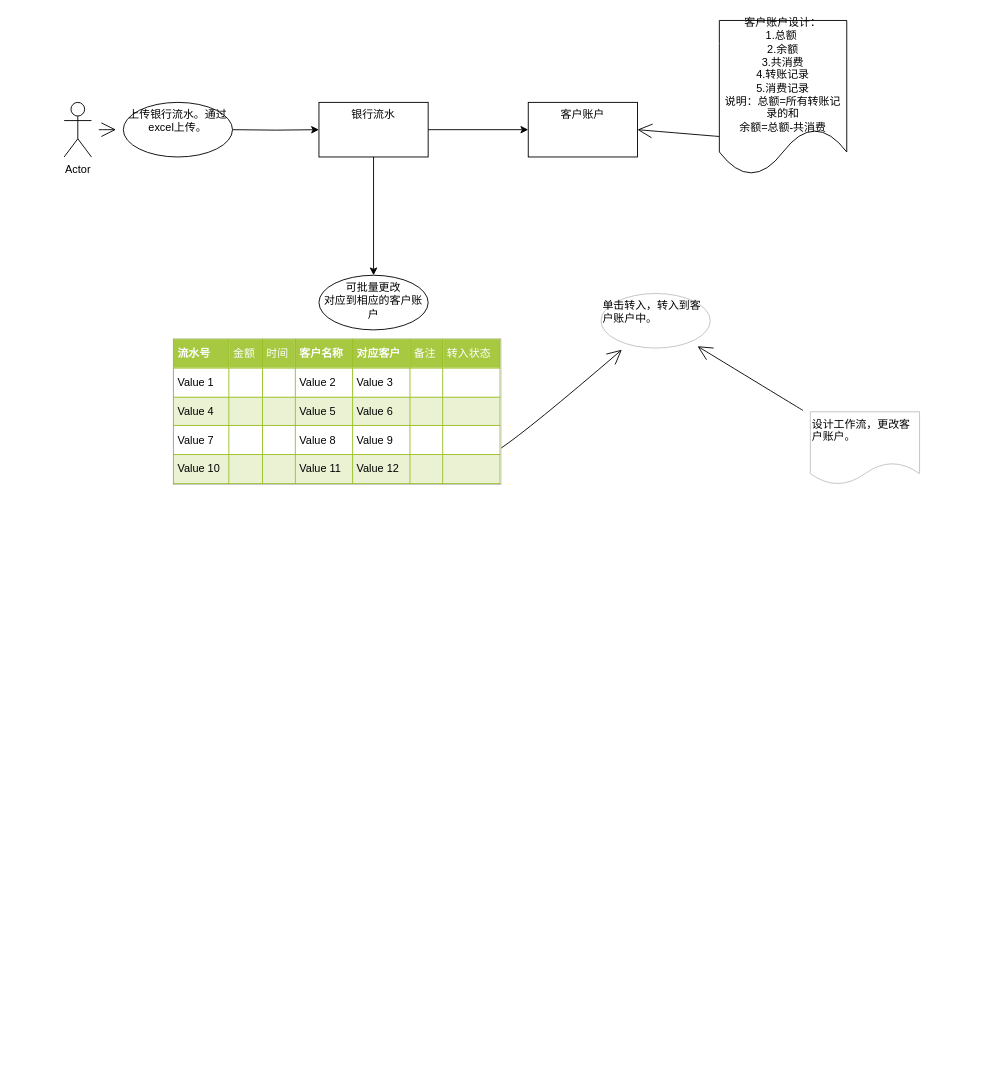
The draw.io diagram Untitled Diagram.drawio in jnucpz11/ceshi1, before the edit. Source tidied: cells renumbered, new cells numbered last; positions are measured from the earlier drawing's top-left corner, leaving out a move shared by most shapes. Both pictures are drawn from the tidied source at 91%, with x=0, y=0 at pixel (64, 20).
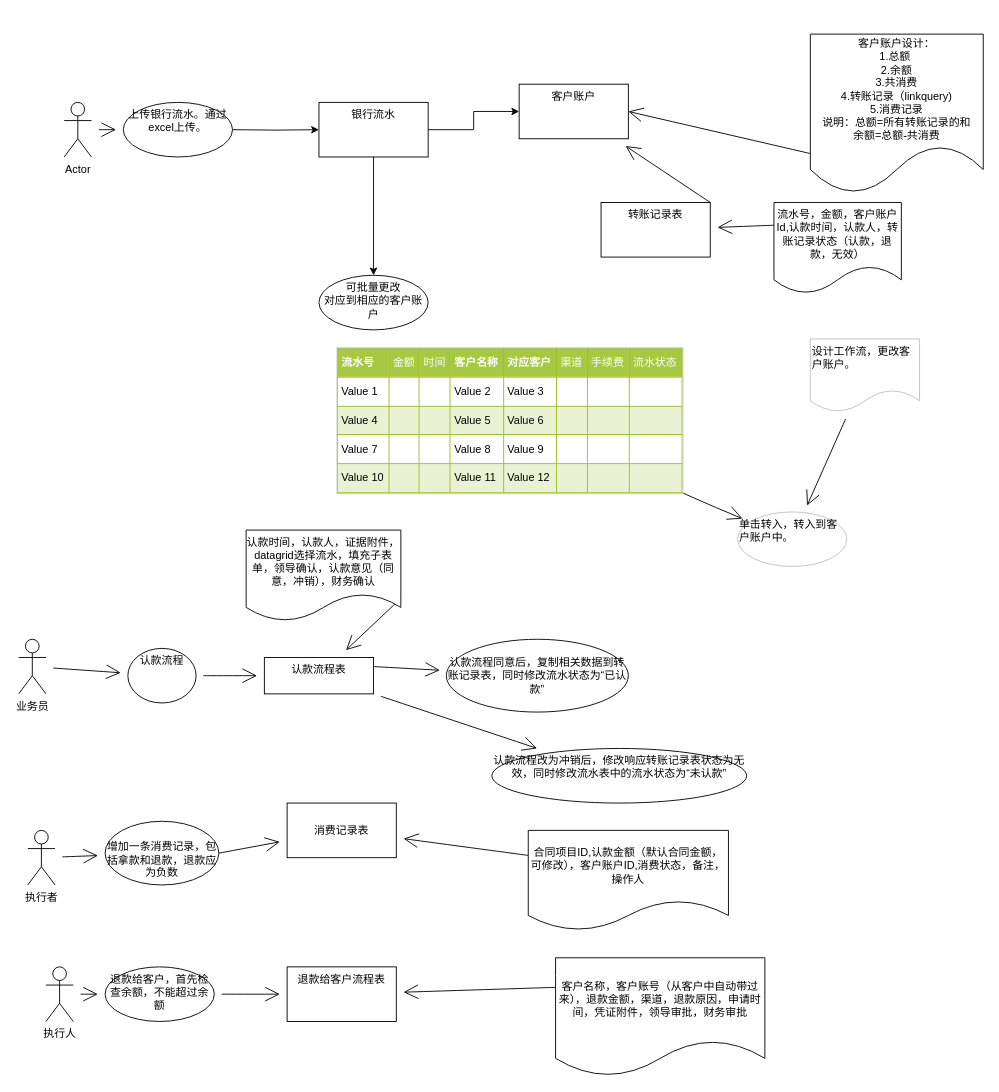
The same diagram, later.

Change to the diagram source:
```diff
@@
     <mxCell id="8" value="客户账户" style="whiteSpace=wrap;html=1;verticalAlign=top;" parent="1" vertex="1">
-      <mxGeometry x="510" y="90" width="120" height="60" as="geometry" />
+      <mxGeometry x="500" y="70" width="120" height="60" as="geometry" />
     </mxCell>
@@
-    <mxCell id="11" value="&lt;table border=&quot;1&quot; width=&quot;100%&quot; cellpadding=&quot;4&quot; style=&quot;width: 100% ; height: 100% ; border-collapse: collapse&quot;&gt;&lt;tbody&gt;&lt;tr style=&quot;background-color: #a7c942 ; color: #ffffff ; border: 1px solid #98bf21&quot;&gt;&lt;th align=&quot;left&quot;&gt;流水号&lt;/th&gt;&lt;td&gt;金额&lt;/td&gt;&lt;td&gt;时间&lt;/td&gt;&lt;th align=&quot;left&quot;&gt;客户名称&lt;/th&gt;&lt;th align=&quot;left&quot;&gt;对应客户&lt;/th&gt;&lt;td&gt;备注&lt;/td&gt;&lt;td&gt;转入状态&lt;/td&gt;&lt;/tr&gt;&lt;tr style=&quot;border: 1px solid #98bf21&quot;&gt;&lt;td&gt;Value 1&lt;/td&gt;&lt;td&gt;&lt;br&gt;&lt;/td&gt;&lt;td&gt;&lt;br&gt;&lt;/td&gt;&lt;td&gt;Value 2&lt;/td&gt;&lt;td&gt;Value 3&lt;/td&gt;&lt;td&gt;&lt;br&gt;&lt;/td&gt;&lt;td&gt;&lt;br&gt;&lt;/td&gt;&lt;/tr&gt;&lt;tr style=&quot;background-color: #eaf2d3 ; border: 1px solid #98bf21&quot;&gt;&lt;td&gt;Value 4&lt;/td&gt;&lt;td&gt;&lt;br&gt;&lt;/td&gt;&lt;td&gt;&lt;br&gt;&lt;/td&gt;&lt;td&gt;Value 5&lt;/td&gt;&lt;td&gt;Value 6&lt;/td&gt;&lt;td&gt;&lt;br&gt;&lt;/td&gt;&lt;td&gt;&lt;br&gt;&lt;/td&gt;&lt;/tr&gt;&lt;tr style=&quot;border: 1px solid #98bf21&quot;&gt;&lt;td&gt;Value 7&lt;/td&gt;&lt;td&gt;&lt;br&gt;&lt;/td&gt;&lt;td&gt;&lt;br&gt;&lt;/td&gt;&lt;td&gt;Value 8&lt;/td&gt;&lt;td&gt;Value 9&lt;/td&gt;&lt;td&gt;&lt;br&gt;&lt;/td&gt;&lt;td&gt;&lt;br&gt;&lt;/td&gt;&lt;/tr&gt;&lt;tr style=&quot;background-color: #eaf2d3 ; border: 1px solid #98bf21&quot;&gt;&lt;td&gt;Value 10&lt;/td&gt;&lt;td&gt;&lt;br&gt;&lt;/td&gt;&lt;td&gt;&lt;br&gt;&lt;/td&gt;&lt;td&gt;Value 11&lt;/td&gt;&lt;td&gt;Value 12&lt;/td&gt;&lt;td&gt;&lt;br&gt;&lt;/td&gt;&lt;td&gt;&lt;br&gt;&lt;/td&gt;&lt;/tr&gt;&lt;/tbody&gt;&lt;/table&gt;" style="text;html=1;strokeColor=#c0c0c0;fillColor=#ffffff;overflow=fill;rounded=0;hachureGap=4;" parent="1" vertex="1">
-      <mxGeometry x="120" y="350" width="360" height="160" as="geometry" />
+    <mxCell id="11" value="&lt;table border=&quot;1&quot; width=&quot;100%&quot; cellpadding=&quot;4&quot; style=&quot;width: 100% ; height: 100% ; border-collapse: collapse&quot;&gt;&lt;tbody&gt;&lt;tr style=&quot;background-color: #a7c942 ; color: #ffffff ; border: 1px solid #98bf21&quot;&gt;&lt;th align=&quot;left&quot;&gt;流水号&lt;/th&gt;&lt;td&gt;金额&lt;/td&gt;&lt;td&gt;时间&lt;/td&gt;&lt;th align=&quot;left&quot;&gt;客户名称&lt;/th&gt;&lt;th align=&quot;left&quot;&gt;对应客户&lt;/th&gt;&lt;td&gt;渠道&lt;/td&gt;&lt;td&gt;手续费&lt;/td&gt;&lt;td&gt;流水状态&lt;/td&gt;&lt;/tr&gt;&lt;tr style=&quot;border: 1px solid #98bf21&quot;&gt;&lt;td&gt;Value 1&lt;/td&gt;&lt;td&gt;&lt;br&gt;&lt;/td&gt;&lt;td&gt;&lt;br&gt;&lt;/td&gt;&lt;td&gt;Value 2&lt;/td&gt;&lt;td&gt;Value 3&lt;/td&gt;&lt;td&gt;&lt;br&gt;&lt;/td&gt;&lt;td&gt;&lt;br&gt;&lt;/td&gt;&lt;td&gt;&lt;br&gt;&lt;/td&gt;&lt;/tr&gt;&lt;tr style=&quot;background-color: #eaf2d3 ; border: 1px solid #98bf21&quot;&gt;&lt;td&gt;Value 4&lt;/td&gt;&lt;td&gt;&lt;br&gt;&lt;/td&gt;&lt;td&gt;&lt;br&gt;&lt;/td&gt;&lt;td&gt;Value 5&lt;/td&gt;&lt;td&gt;Value 6&lt;/td&gt;&lt;td&gt;&lt;br&gt;&lt;/td&gt;&lt;td&gt;&lt;br&gt;&lt;/td&gt;&lt;td&gt;&lt;br&gt;&lt;/td&gt;&lt;/tr&gt;&lt;tr style=&quot;border: 1px solid #98bf21&quot;&gt;&lt;td&gt;Value 7&lt;/td&gt;&lt;td&gt;&lt;br&gt;&lt;/td&gt;&lt;td&gt;&lt;br&gt;&lt;/td&gt;&lt;td&gt;Value 8&lt;/td&gt;&lt;td&gt;Value 9&lt;/td&gt;&lt;td&gt;&lt;br&gt;&lt;/td&gt;&lt;td&gt;&lt;br&gt;&lt;/td&gt;&lt;td&gt;&lt;br&gt;&lt;/td&gt;&lt;/tr&gt;&lt;tr style=&quot;background-color: #eaf2d3 ; border: 1px solid #98bf21&quot;&gt;&lt;td&gt;Value 10&lt;/td&gt;&lt;td&gt;&lt;br&gt;&lt;/td&gt;&lt;td&gt;&lt;br&gt;&lt;/td&gt;&lt;td&gt;Value 11&lt;/td&gt;&lt;td&gt;Value 12&lt;/td&gt;&lt;td&gt;&lt;br&gt;&lt;/td&gt;&lt;td&gt;&lt;br&gt;&lt;/td&gt;&lt;td&gt;&lt;br&gt;&lt;/td&gt;&lt;/tr&gt;&lt;/tbody&gt;&lt;/table&gt;" style="text;html=1;strokeColor=#c0c0c0;fillColor=#ffffff;overflow=fill;rounded=0;hachureGap=4;" parent="1" vertex="1">
+      <mxGeometry x="300" y="360" width="380" height="160" as="geometry" />
     </mxCell>
@@
     <mxCell id="13" value="&lt;span&gt;设计工作流，更改客户账户。&lt;/span&gt;" style="shape=document;whiteSpace=wrap;html=1;boundedLbl=1;rounded=0;align=left;verticalAlign=top;strokeColor=#c0c0c0;hachureGap=4;" parent="1" vertex="1">
-      <mxGeometry x="820" y="430" width="120" height="80" as="geometry" />
+      <mxGeometry x="820" y="350" width="120" height="80" as="geometry" />
     </mxCell>
     <mxCell id="14" value="单击转入，转入到客户账户中。" style="ellipse;whiteSpace=wrap;html=1;rounded=0;align=left;verticalAlign=top;strokeColor=#c0c0c0;hachureGap=4;" parent="1" vertex="1">
-      <mxGeometry x="590" y="300" width="120" height="60" as="geometry" />
+      <mxGeometry x="740" y="540" width="120" height="60" as="geometry" />
     </mxCell>
@@
-    <mxCell id="17" value="客户账户设计：&lt;br&gt;1.总额&amp;nbsp; &lt;br&gt;2.余额&lt;br&gt;3.共消费&lt;br&gt;4.转账记录&lt;br&gt;5.消费记录&lt;br&gt;说明：总额=所有转账记录的和&lt;br&gt;余额=总额-共消费" style="shape=document;whiteSpace=wrap;html=1;boundedLbl=1;hachureGap=4;" parent="1" vertex="1">
-      <mxGeometry x="720" width="140" height="170" as="geometry" />
+    <mxCell id="17" value="客户账户设计：&lt;br&gt;1.总额&amp;nbsp; &lt;br&gt;2.余额&lt;br&gt;3.共消费&lt;br&gt;4.转账记录（linkquery)&lt;br&gt;5.消费记录&lt;br&gt;说明：总额=所有转账记录的和&lt;br&gt;余额=总额-共消费" style="shape=document;whiteSpace=wrap;html=1;boundedLbl=1;hachureGap=4;" parent="1" vertex="1">
+      <mxGeometry x="820" y="15" width="190" height="175" as="geometry" />
     </mxCell>
+    <mxCell id="18" style="edgeStyle=none;curved=1;rounded=0;jettySize=auto;html=1;endArrow=open;startSize=14;endSize=14;sourcePerimeterSpacing=8;targetPerimeterSpacing=8;" parent="1" edge="1" source="19" target="21">
+      <mxGeometry relative="1" as="geometry" />
+    </mxCell>
+    <mxCell id="19" value="业务员" style="shape=umlActor;verticalLabelPosition=bottom;verticalAlign=top;html=1;outlineConnect=0;hachureGap=4;" parent="1" vertex="1">
+      <mxGeometry x="-50" y="680" width="30" height="60" as="geometry" />
+    </mxCell>
+    <mxCell id="20" style="edgeStyle=none;curved=1;rounded=0;jettySize=auto;html=1;endArrow=open;startSize=14;endSize=14;sourcePerimeterSpacing=8;targetPerimeterSpacing=8;" parent="1" edge="1" source="21" target="24">
+      <mxGeometry relative="1" as="geometry" />
+    </mxCell>
+    <mxCell id="21" value="认款流程" style="ellipse;whiteSpace=wrap;html=1;verticalAlign=top;hachureGap=4;" parent="1" vertex="1">
+      <mxGeometry x="70" y="690" width="75" height="60" as="geometry" />
+    </mxCell>
+    <mxCell id="22" style="edgeStyle=none;curved=1;rounded=0;jettySize=auto;html=1;exitX=1;exitY=0.25;exitDx=0;exitDy=0;endArrow=open;startSize=14;endSize=14;sourcePerimeterSpacing=8;targetPerimeterSpacing=8;" parent="1" edge="1" source="24" target="31">
+      <mxGeometry relative="1" as="geometry" />
+    </mxCell>
+    <mxCell id="23" style="edgeStyle=none;curved=1;rounded=0;jettySize=auto;html=1;endArrow=open;startSize=14;endSize=14;sourcePerimeterSpacing=8;targetPerimeterSpacing=8;" parent="1" edge="1" source="24" target="32">
+      <mxGeometry relative="1" as="geometry" />
+    </mxCell>
+    <mxCell id="24" value="认款流程表" style="whiteSpace=wrap;html=1;verticalAlign=top;hachureGap=4;" parent="1" vertex="1">
+      <mxGeometry x="220" y="700" width="120" height="40" as="geometry" />
+    </mxCell>
+    <mxCell id="25" style="edgeStyle=none;curved=1;rounded=0;jettySize=auto;html=1;exitX=1;exitY=0.75;exitDx=0;exitDy=0;endArrow=open;startSize=14;endSize=14;sourcePerimeterSpacing=8;targetPerimeterSpacing=8;" parent="1" edge="1" source="26" target="24">
+      <mxGeometry relative="1" as="geometry" />
+    </mxCell>
+    <mxCell id="26" value="认款时间，认款人，证据附件，datagrid选择流水，填充子表单，领导确认，认款意见（同意，冲销），财务确认" style="shape=document;whiteSpace=wrap;html=1;boundedLbl=1;hachureGap=4;" parent="1" vertex="1">
+      <mxGeometry x="200" y="560" width="170" height="100" as="geometry" />
+    </mxCell>
+    <mxCell id="27" style="edgeStyle=none;curved=1;rounded=0;jettySize=auto;html=1;exitX=1;exitY=0;exitDx=0;exitDy=0;endArrow=open;startSize=14;endSize=14;sourcePerimeterSpacing=8;targetPerimeterSpacing=8;" parent="1" edge="1" source="28" target="8">
+      <mxGeometry relative="1" as="geometry" />
+    </mxCell>
+    <mxCell id="28" value="转账记录表" style="whiteSpace=wrap;html=1;verticalAlign=top;" parent="1" vertex="1">
+      <mxGeometry x="590" y="200" width="120" height="60" as="geometry" />
+    </mxCell>
+    <mxCell id="29" style="edgeStyle=none;curved=1;rounded=0;jettySize=auto;html=1;exitX=0;exitY=0.25;exitDx=0;exitDy=0;endArrow=open;startSize=14;endSize=14;sourcePerimeterSpacing=8;targetPerimeterSpacing=8;" parent="1" edge="1" source="30" target="28">
+      <mxGeometry relative="1" as="geometry" />
+    </mxCell>
+    <mxCell id="30" value="流水号，金额，客户账户Id,认款时间，认款人，转账记录状态（认款，退款，无效）" style="shape=document;whiteSpace=wrap;html=1;boundedLbl=1;hachureGap=4;" parent="1" vertex="1">
+      <mxGeometry x="780" y="200" width="140" height="100" as="geometry" />
+    </mxCell>
+    <mxCell id="31" value="认款流程同意后，复制相关数据到转账记录表，同时修改流水状态为“已认款”" style="ellipse;whiteSpace=wrap;html=1;hachureGap=4;" parent="1" vertex="1">
+      <mxGeometry x="420" y="680" width="200" height="80" as="geometry" />
+    </mxCell>
+    <mxCell id="32" value="&lt;span&gt;认款流程改为冲销后，修改响应转账记录表状态为无效，同时修改流水表中的流水状态为“未认款”&lt;/span&gt;" style="ellipse;whiteSpace=wrap;html=1;verticalAlign=top;hachureGap=4;" parent="1" vertex="1">
+      <mxGeometry x="470" y="800" width="280" height="60" as="geometry" />
+    </mxCell>
+    <mxCell id="33" value="消费记录表" style="rounded=0;whiteSpace=wrap;html=1;hachureGap=4;" parent="1" vertex="1">
+      <mxGeometry x="245" y="860" width="120" height="60" as="geometry" />
+    </mxCell>
+    <mxCell id="34" style="edgeStyle=none;curved=1;rounded=0;jettySize=auto;html=1;endArrow=open;startSize=14;endSize=14;sourcePerimeterSpacing=8;targetPerimeterSpacing=8;" parent="1" edge="1" source="35" target="37">
+      <mxGeometry relative="1" as="geometry" />
+    </mxCell>
+    <mxCell id="35" value="执行者" style="shape=umlActor;verticalLabelPosition=bottom;verticalAlign=top;html=1;outlineConnect=0;hachureGap=4;" parent="1" vertex="1">
+      <mxGeometry x="-40" y="890" width="30" height="60" as="geometry" />
+    </mxCell>
+    <mxCell id="36" style="edgeStyle=none;curved=1;rounded=0;jettySize=auto;html=1;exitX=1;exitY=0.5;exitDx=0;exitDy=0;endArrow=open;startSize=14;endSize=14;sourcePerimeterSpacing=8;targetPerimeterSpacing=8;" parent="1" edge="1" source="37" target="33">
+      <mxGeometry relative="1" as="geometry" />
+    </mxCell>
+    <mxCell id="37" value="&lt;br&gt;增加一条消费记录，包括拿款和退款，退款应为负数" style="ellipse;whiteSpace=wrap;html=1;verticalAlign=top;hachureGap=4;" parent="1" vertex="1">
+      <mxGeometry x="45" y="880" width="125" height="70" as="geometry" />
+    </mxCell>
+    <mxCell id="38" style="edgeStyle=none;curved=1;rounded=0;jettySize=auto;html=1;exitX=0;exitY=0.25;exitDx=0;exitDy=0;endArrow=open;startSize=14;endSize=14;sourcePerimeterSpacing=8;targetPerimeterSpacing=8;" parent="1" edge="1" source="39" target="33">
+      <mxGeometry relative="1" as="geometry" />
+    </mxCell>
+    <mxCell id="39" value="合同项目ID,认款金额（默认合同金额，可修改），客户账户ID,消费状态，备注，操作人" style="shape=document;whiteSpace=wrap;html=1;boundedLbl=1;hachureGap=4;" parent="1" vertex="1">
+      <mxGeometry x="510" y="890" width="220" height="110" as="geometry" />
+    </mxCell>
+    <mxCell id="40" style="edgeStyle=none;curved=1;rounded=0;jettySize=auto;html=1;endArrow=open;startSize=14;endSize=14;sourcePerimeterSpacing=8;targetPerimeterSpacing=8;" parent="1" edge="1" source="41" target="43">
+      <mxGeometry relative="1" as="geometry" />
+    </mxCell>
+    <mxCell id="41" value="执行人" style="shape=umlActor;verticalLabelPosition=bottom;verticalAlign=top;html=1;outlineConnect=0;hachureGap=4;" parent="1" vertex="1">
+      <mxGeometry x="-20" y="1040" width="30" height="60" as="geometry" />
+    </mxCell>
+    <mxCell id="42" style="edgeStyle=none;curved=1;rounded=0;jettySize=auto;html=1;endArrow=open;startSize=14;endSize=14;sourcePerimeterSpacing=8;targetPerimeterSpacing=8;" parent="1" edge="1" source="43" target="44">
+      <mxGeometry relative="1" as="geometry" />
+    </mxCell>
+    <mxCell id="43" value="退款给客户，首先检查余额，不能超过余额" style="ellipse;whiteSpace=wrap;html=1;verticalAlign=top;hachureGap=4;" parent="1" vertex="1">
+      <mxGeometry x="45" y="1040" width="120" height="60" as="geometry" />
+    </mxCell>
+    <mxCell id="44" value="退款给客户流程表" style="whiteSpace=wrap;html=1;verticalAlign=top;hachureGap=4;" parent="1" vertex="1">
+      <mxGeometry x="245" y="1040" width="120" height="60" as="geometry" />
+    </mxCell>
+    <mxCell id="45" style="edgeStyle=none;curved=1;rounded=0;jettySize=auto;html=1;exitX=0;exitY=0.25;exitDx=0;exitDy=0;endArrow=open;startSize=14;endSize=14;sourcePerimeterSpacing=8;targetPerimeterSpacing=8;" parent="1" edge="1" source="46" target="44">
+      <mxGeometry relative="1" as="geometry" />
+    </mxCell>
+    <mxCell id="46" value="客户名称，客户账号（从客户中自动带过来），退款金额，渠道，退款原因，申请时间，凭证附件，领导审批，财务审批" style="shape=document;whiteSpace=wrap;html=1;boundedLbl=1;hachureGap=4;" parent="1" vertex="1">
+      <mxGeometry x="540" y="1030" width="230" height="130" as="geometry" />
+    </mxCell>
```
